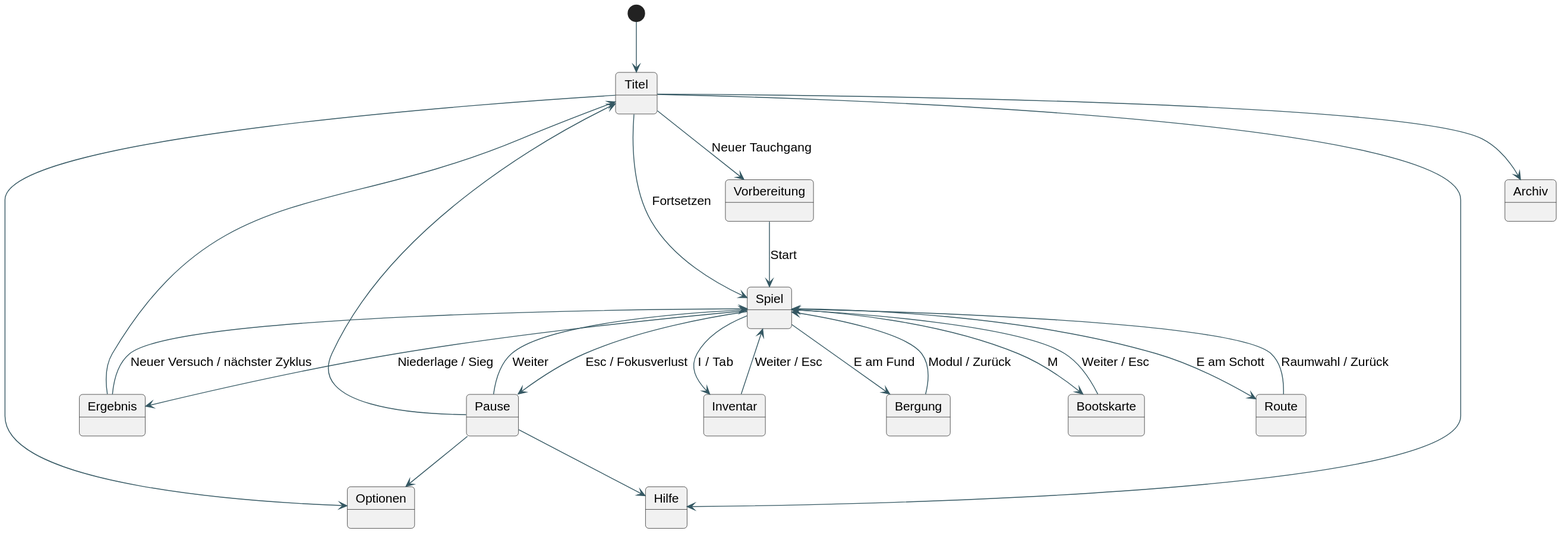
Before: docs/diagrams/12-navigation.svg, a diagram exported from PlantUML (bassdav2/abyss).
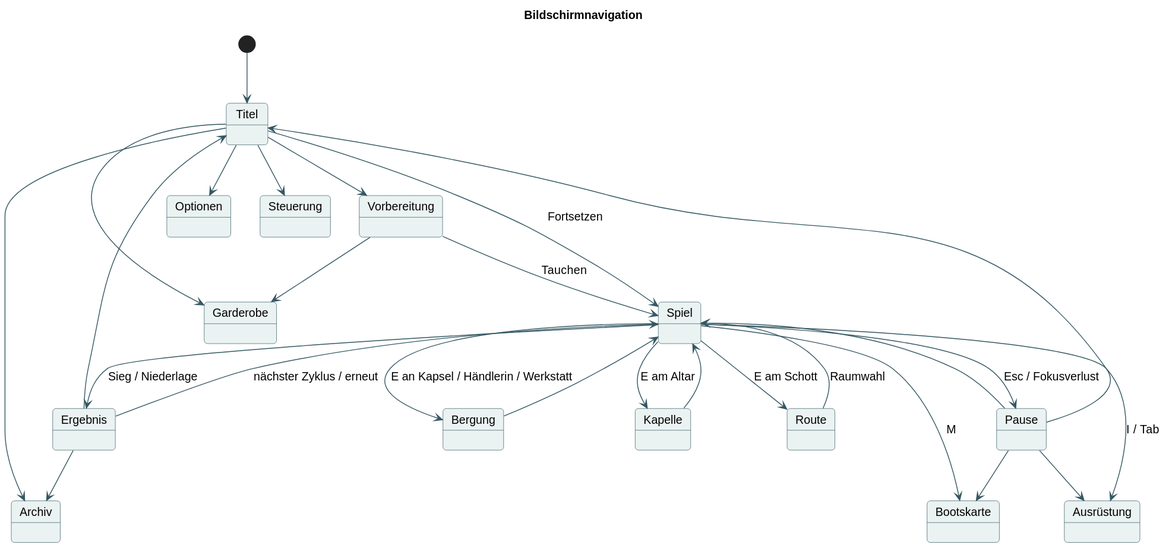
Later version of the same file.

Change to the diagram source:
```diff
@@ -1,7 +1,7 @@
 @startuml
 skinparam backgroundColor #FFFFFF
 skinparam defaultFontName Arial
-skinparam defaultFontSize 15
+skinparam defaultFontSize 14
 skinparam shadowing false
 skinparam roundcorner 8
 skinparam ArrowColor #355863
@@ -14,28 +14,34 @@
 skinparam noteBorderColor #D8AA64
 skinparam packageBackgroundColor #F5F8F7
 skinparam packageBorderColor #6E8B91
+skinparam stateBackgroundColor #EAF3F2
+skinparam stateBorderColor #355863
 hide empty members
+title Bildschirmnavigation
 [*] --> Titel
-Titel --> Vorbereitung : Neuer Tauchgang
-Vorbereitung --> Spiel : Start
+Titel --> Vorbereitung
+Titel --> Archiv
+Titel --> Garderobe
+Titel --> Optionen
+Titel --> Steuerung
 Titel --> Spiel : Fortsetzen
-Titel --> Optionen
-Titel --> Hilfe
-Titel --> Archiv
-Spiel --> Inventar : I / Tab
-Inventar --> Spiel : Weiter / Esc
+Vorbereitung --> Garderobe
+Vorbereitung --> Spiel : Tauchen
+Spiel --> Pause : Esc / Fokusverlust
+Pause --> Spiel
+Pause --> Ausrüstung
+Pause --> Bootskarte
+Pause --> Titel
+Spiel --> Ausrüstung : I / Tab
 Spiel --> Bootskarte : M
-Bootskarte --> Spiel : Weiter / Esc
-Spiel --> Pause : Esc / Fokusverlust
-Pause --> Spiel : Weiter
-Pause --> Optionen
-Pause --> Hilfe
-Pause --> Titel
-Spiel --> Bergung : E am Fund
-Bergung --> Spiel : Modul / Zurück
+Spiel --> Bergung : E an Kapsel / Händlerin / Werkstatt
+Spiel --> Kapelle : E am Altar
 Spiel --> Route : E am Schott
-Route --> Spiel : Raumwahl / Zurück
-Spiel --> Ergebnis : Niederlage / Sieg
-Ergebnis --> Spiel : Neuer Versuch / nächster Zyklus
+Bergung --> Spiel
+Kapelle --> Spiel
+Route --> Spiel : Raumwahl
+Spiel --> Ergebnis : Sieg / Niederlage
+Ergebnis --> Spiel : nächster Zyklus / erneut
+Ergebnis --> Archiv
 Ergebnis --> Titel
 @enduml
```
